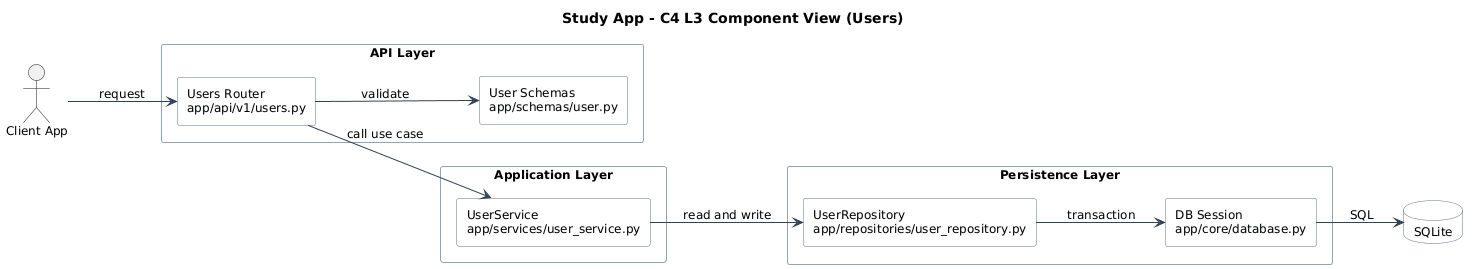
iboiarkin96/etr_study_api keeps this PlantUML diagram as docs/uml/rendered/architecture__system_component_view.png. Above is the earlier version.
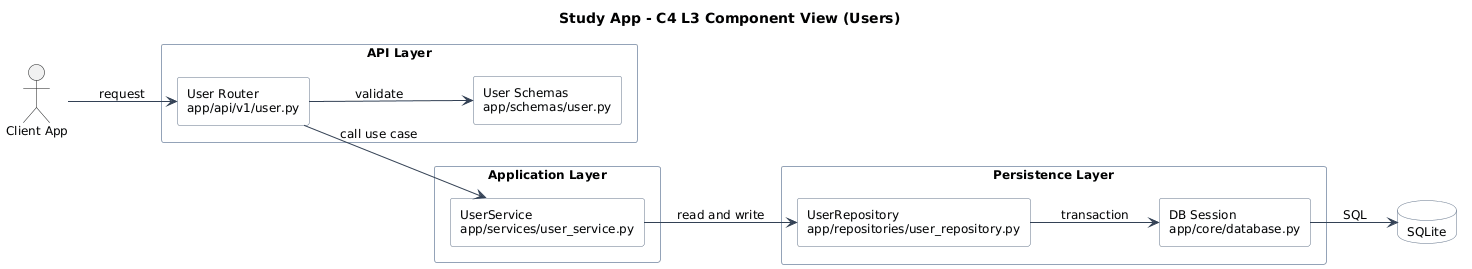
The same file after the commit.

Change to the diagram source:
```diff
@@ -18,7 +18,7 @@
 actor "Client App" as Client
 
 package "API Layer" {
-  [Users Router\napp/api/v1/users.py] as Router
+  [User Router\napp/api/v1/user.py] as Router
   [User Schemas\napp/schemas/user.py] as Schema
 }
 
```
